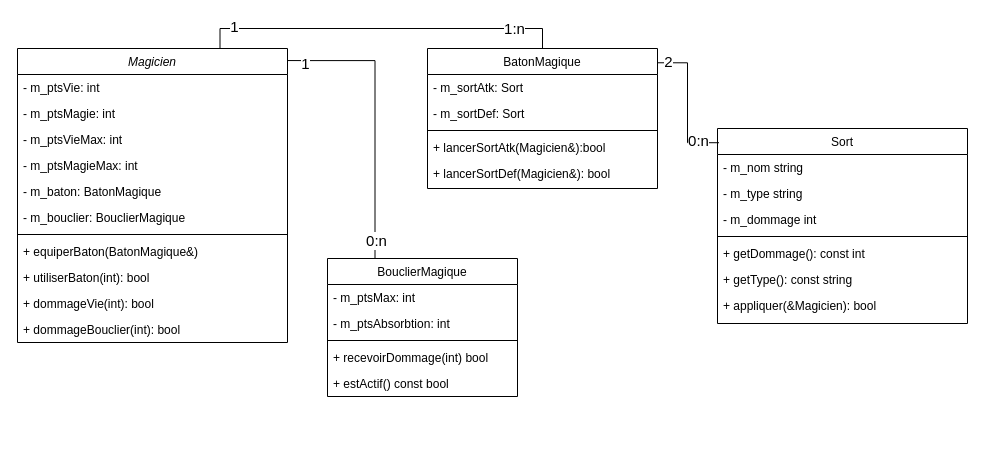
Above: Diagramme.drawio in Izocel/tp1-formatif (draw.io), before the change. Source tidied: cells renumbered, new cells numbered last; positions are measured from the earlier drawing's top-left corner, leaving out a move shared by most shapes. Both pictures are drawn from the tidied source at 100%, with x=0, y=0 at pixel (17, 48).
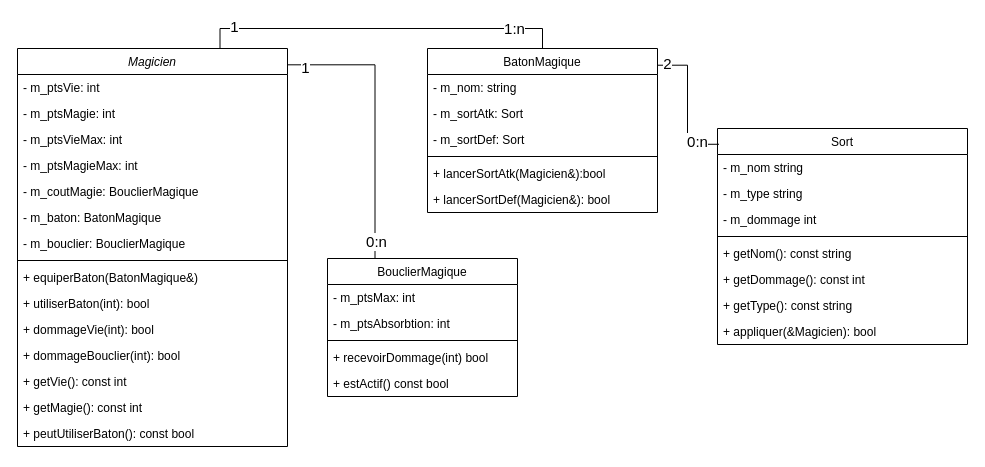
The same page after the edit.

Diff of the diagram source:
```diff
@@
     <mxCell id="5" value="Magicien" style="swimlane;fontStyle=2;align=center;verticalAlign=top;horizontal=1;startSize=26;rounded=0;shadow=0;strokeWidth=1;" parent="1" vertex="1">
-      <mxGeometry width="270" height="294" as="geometry" />
+      <mxGeometry width="270" height="398" as="geometry" />
     </mxCell>
@@
+    <mxCell id="43" value="- m_coutMagie: BouclierMagique" style="text;align=left;verticalAlign=top;spacingLeft=4;spacingRight=4;overflow=hidden;rounded=0;shadow=0;html=0;" parent="5" vertex="1">
+      <mxGeometry y="130" width="270" height="26" as="geometry" />
+    </mxCell>
     <mxCell id="10" value="- m_baton: BatonMagique" style="text;align=left;verticalAlign=top;spacingLeft=4;spacingRight=4;overflow=hidden;rounded=0;shadow=0;html=0;" parent="5" vertex="1">
-      <mxGeometry y="130" width="270" height="26" as="geometry" />
+      <mxGeometry y="156" width="270" height="26" as="geometry" />
     </mxCell>
     <mxCell id="11" value="- m_bouclier: BouclierMagique" style="text;align=left;verticalAlign=top;spacingLeft=4;spacingRight=4;overflow=hidden;rounded=0;shadow=0;html=0;" parent="5" vertex="1">
-      <mxGeometry y="156" width="270" height="26" as="geometry" />
+      <mxGeometry y="182" width="270" height="26" as="geometry" />
     </mxCell>
     <mxCell id="12" style="line;html=1;strokeWidth=1;align=left;verticalAlign=middle;spacingTop=-1;spacingLeft=3;spacingRight=3;labelPosition=right;" parent="5" vertex="1">
-      <mxGeometry y="182" width="270" height="8" as="geometry" />
+      <mxGeometry y="208" width="270" height="8" as="geometry" />
     </mxCell>
     <mxCell id="13" value="+ equiperBaton(BatonMagique&amp;)" style="text;align=left;verticalAlign=top;spacingLeft=4;spacingRight=4;overflow=hidden;" parent="5" vertex="1">
-      <mxGeometry y="190" width="270" height="26" as="geometry" />
+      <mxGeometry y="216" width="270" height="26" as="geometry" />
     </mxCell>
     <mxCell id="14" value="+ utiliserBaton(int): bool" style="text;align=left;verticalAlign=top;spacingLeft=4;spacingRight=4;overflow=hidden;" parent="5" vertex="1">
-      <mxGeometry y="216" width="270" height="26" as="geometry" />
+      <mxGeometry y="242" width="270" height="26" as="geometry" />
     </mxCell>
     <mxCell id="15" value="+ dommageVie(int): bool" style="text;align=left;verticalAlign=top;spacingLeft=4;spacingRight=4;overflow=hidden;" parent="5" vertex="1">
-      <mxGeometry y="242" width="270" height="26" as="geometry" />
+      <mxGeometry y="268" width="270" height="26" as="geometry" />
     </mxCell>
     <mxCell id="16" value="+ dommageBouclier(int): bool" style="text;align=left;verticalAlign=top;spacingLeft=4;spacingRight=4;overflow=hidden;" parent="5" vertex="1">
-      <mxGeometry y="268" width="270" height="26" as="geometry" />
+      <mxGeometry y="294" width="270" height="26" as="geometry" />
     </mxCell>
+    <mxCell id="44" value="+ getVie(): const int" style="text;align=left;verticalAlign=top;spacingLeft=4;spacingRight=4;overflow=hidden;" parent="5" vertex="1">
+      <mxGeometry y="320" width="270" height="26" as="geometry" />
+    </mxCell>
+    <mxCell id="45" value="+ getMagie(): const int" style="text;align=left;verticalAlign=top;spacingLeft=4;spacingRight=4;overflow=hidden;" parent="5" vertex="1">
+      <mxGeometry y="346" width="270" height="26" as="geometry" />
+    </mxCell>
+    <mxCell id="46" value="+ peutUtiliserBaton(): const bool" style="text;align=left;verticalAlign=top;spacingLeft=4;spacingRight=4;overflow=hidden;" parent="5" vertex="1">
+      <mxGeometry y="372" width="270" height="26" as="geometry" />
+    </mxCell>
@@
     <mxCell id="26" value="BatonMagique" style="swimlane;fontStyle=0;align=center;verticalAlign=top;horizontal=1;startSize=26;rounded=0;shadow=0;strokeWidth=1;" parent="1" vertex="1">
-      <mxGeometry x="410" width="230" height="140" as="geometry" />
+      <mxGeometry x="410" width="230" height="164" as="geometry" />
     </mxCell>
+    <mxCell id="47" value="- m_nom: string" style="text;align=left;verticalAlign=top;spacingLeft=4;spacingRight=4;overflow=hidden;" parent="26" vertex="1">
+      <mxGeometry y="26" width="230" height="26" as="geometry" />
+    </mxCell>
     <mxCell id="27" value="- m_sortAtk: Sort" style="text;align=left;verticalAlign=top;spacingLeft=4;spacingRight=4;overflow=hidden;" parent="26" vertex="1">
-      <mxGeometry y="26" width="230" height="26" as="geometry" />
+      <mxGeometry y="52" width="230" height="26" as="geometry" />
     </mxCell>
     <mxCell id="28" value="- m_sortDef: Sort" style="text;align=left;verticalAlign=top;spacingLeft=4;spacingRight=4;overflow=hidden;" parent="26" vertex="1">
-      <mxGeometry y="52" width="230" height="26" as="geometry" />
+      <mxGeometry y="78" width="230" height="26" as="geometry" />
     </mxCell>
     <mxCell id="29" style="line;html=1;strokeWidth=1;align=left;verticalAlign=middle;spacingTop=-1;spacingLeft=3;spacingRight=3;labelPosition=right;" parent="26" vertex="1">
-      <mxGeometry y="78" width="230" height="8" as="geometry" />
+      <mxGeometry y="104" width="230" height="8" as="geometry" />
     </mxCell>
     <mxCell id="30" value="+ lancerSortAtk(Magicien&amp;):bool" style="text;align=left;verticalAlign=top;spacingLeft=4;spacingRight=4;overflow=hidden;" parent="26" vertex="1">
-      <mxGeometry y="86" width="230" height="26" as="geometry" />
+      <mxGeometry y="112" width="230" height="26" as="geometry" />
     </mxCell>
     <mxCell id="31" value="+ lancerSortDef(Magicien&amp;): bool" style="text;align=left;verticalAlign=top;spacingLeft=4;spacingRight=4;overflow=hidden;" parent="26" vertex="1">
-      <mxGeometry y="112" width="230" height="26" as="geometry" />
+      <mxGeometry y="138" width="230" height="26" as="geometry" />
     </mxCell>
     <mxCell id="32" value="Sort" style="swimlane;fontStyle=0;align=center;verticalAlign=top;horizontal=1;startSize=26;rounded=0;shadow=0;strokeWidth=1;" parent="1" vertex="1">
-      <mxGeometry x="700" y="80" width="250" height="195" as="geometry" />
+      <mxGeometry x="700" y="80" width="250" height="216" as="geometry" />
     </mxCell>
@@
+    <mxCell id="48" value="+ getNom(): const string" style="text;align=left;verticalAlign=top;spacingLeft=4;spacingRight=4;overflow=hidden;" parent="32" vertex="1">
+      <mxGeometry y="112" width="250" height="26" as="geometry" />
+    </mxCell>
     <mxCell id="37" value="+ getDommage(): const int" style="text;align=left;verticalAlign=top;spacingLeft=4;spacingRight=4;overflow=hidden;" parent="32" vertex="1">
-      <mxGeometry y="112" width="250" height="26" as="geometry" />
+      <mxGeometry y="138" width="250" height="26" as="geometry" />
     </mxCell>
     <mxCell id="38" value="+ getType(): const string" style="text;align=left;verticalAlign=top;spacingLeft=4;spacingRight=4;overflow=hidden;" parent="32" vertex="1">
-      <mxGeometry y="138" width="250" height="26" as="geometry" />
+      <mxGeometry y="164" width="250" height="26" as="geometry" />
     </mxCell>
     <mxCell id="39" value="+ appliquer(&amp;Magicien): bool" style="text;align=left;verticalAlign=top;spacingLeft=4;spacingRight=4;overflow=hidden;" parent="32" vertex="1">
-      <mxGeometry y="164" width="250" height="26" as="geometry" />
+      <mxGeometry y="190" width="250" height="26" as="geometry" />
     </mxCell>
```
